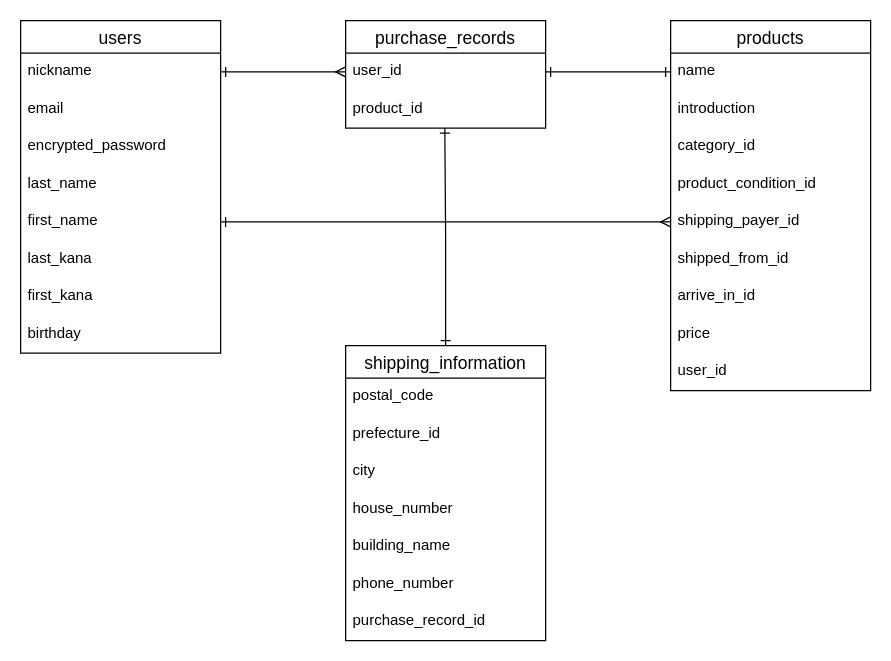
The draw.io diagram ER.dio in onigiriumeboshihari/furima-34824, before the edit. Source tidied: cells renumbered, new cells numbered last; positions are measured from the earlier drawing's top-left corner, leaving out a move shared by most shapes. Both pictures are drawn from the tidied source at 125%, with x=0, y=0 at pixel (20, 20).
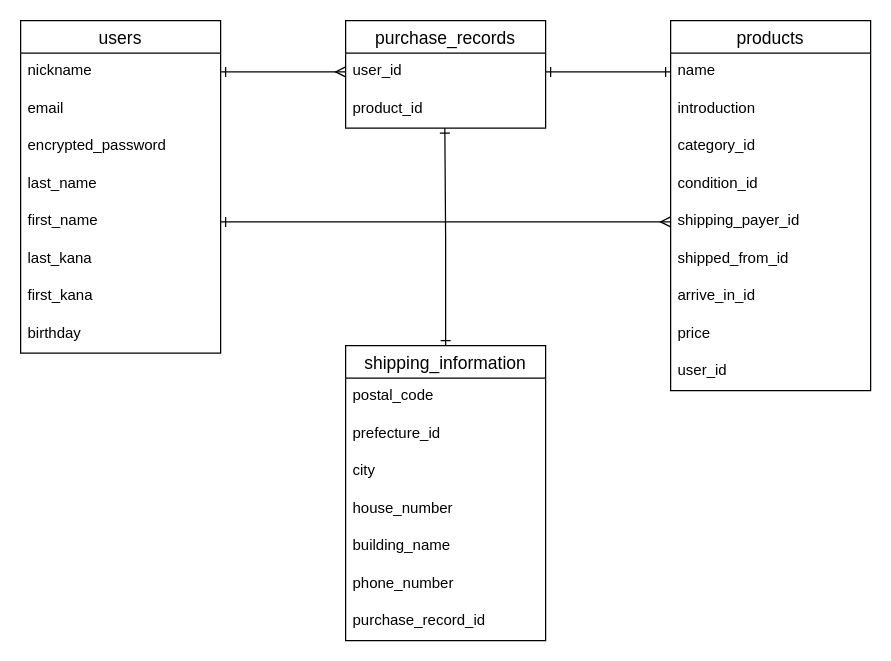
After the change.

Commit message (it also covers changes not shown here):
email一意性追加

Unchanged cells that the change refers to:
```xml
<mxCell id="11" value="products" style="swimlane;fontStyle=0;horizontal=1;startSize=26;align=center;fontSize=14;" parent="1" vertex="1">
  <mxGeometry x="520" width="160" height="296" as="geometry" />
</mxCell>
```

Change to the diagram source:
```diff
@@
-    <mxCell id="15" value="product_condition_id" style="text;strokeColor=none;fillColor=none;spacingLeft=4;spacingRight=4;overflow=hidden;fontSize=12;" parent="11" vertex="1">
+    <mxCell id="15" value="condition_id" style="text;strokeColor=none;fillColor=none;spacingLeft=4;spacingRight=4;overflow=hidden;fontSize=12;" parent="11" vertex="1">
       <mxGeometry y="116" width="160" height="30" as="geometry" />
     </mxCell>
```
